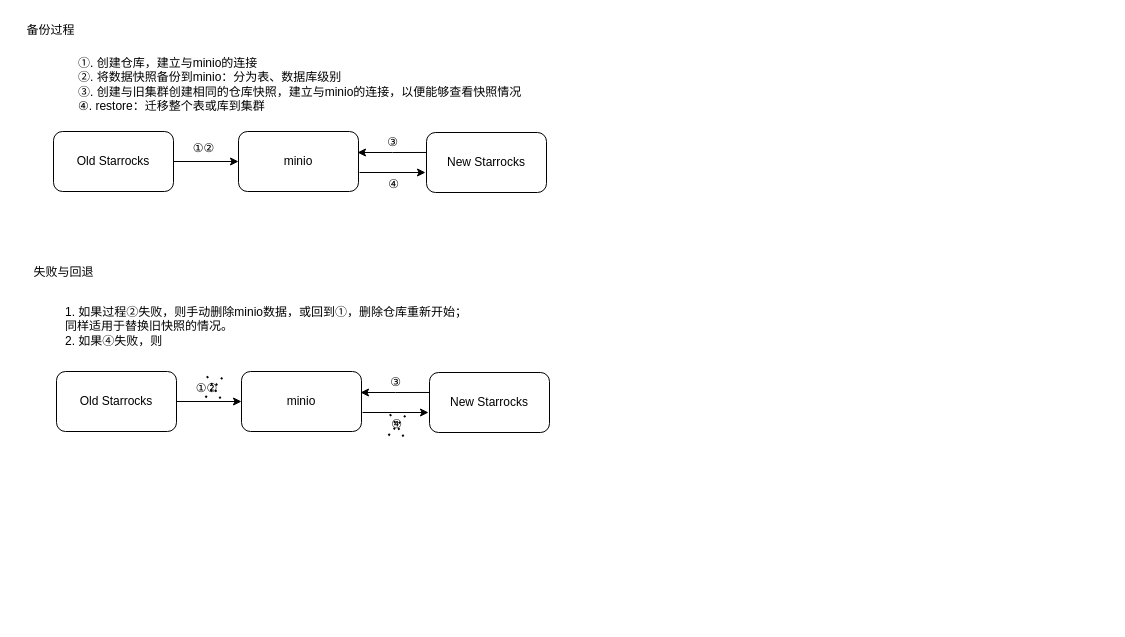
Before: Starrocks数据迁移到新集群.drawio in david-gao1/diagrams, a draw.io diagram. Source tidied: cells renumbered, new cells numbered last; positions are measured from the earlier drawing's top-left corner, leaving out a move shared by most shapes. Both pictures are drawn from the tidied source at 100%, with x=0, y=0 at pixel (17, 17).
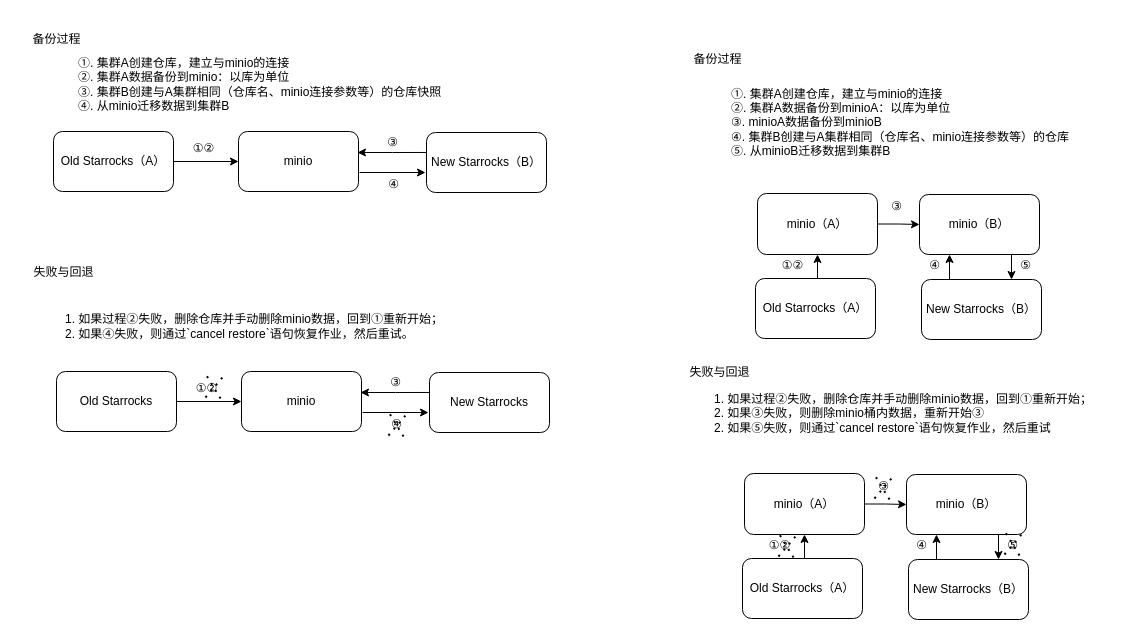
After the change.

Commit message:
更新Starrocks数据迁移到新集群.drawio

Change to the diagram source:
```diff
@@
-    <mxCell id="3" value="Old Starrocks" style="rounded=1;whiteSpace=wrap;html=1;" parent="1" vertex="1">
+    <mxCell id="3" value="Old Starrocks（A）" style="rounded=1;whiteSpace=wrap;html=1;" parent="1" vertex="1">
       <mxGeometry x="36" y="114" width="120" height="60" as="geometry" />
     </mxCell>
@@
-    <mxCell id="5" value="New Starrocks" style="rounded=1;whiteSpace=wrap;html=1;" parent="1" vertex="1">
+    <mxCell id="5" value="New Starrocks（B）" style="rounded=1;whiteSpace=wrap;html=1;" parent="1" vertex="1">
       <mxGeometry x="409" y="115" width="120" height="60" as="geometry" />
     </mxCell>
@@
-    <mxCell id="7" value="①. 创建仓库，建立与minio的连接&lt;br&gt;②. 将数据快照备份到minio：分为表、数据库级别&lt;br&gt;③. 创建与旧集群创建相同的仓库快照，建立与minio的连接，以便能够查看快照情况&lt;br style=&quot;border-color: var(--border-color);&quot;&gt;④. restore：迁移整个表或库到集群" style="text;html=1;align=left;verticalAlign=middle;strokeColor=none;fillColor=none;" parent="1" vertex="1">
-      <mxGeometry x="59" y="32" width="461" height="70" as="geometry" />
+    <mxCell id="7" value="①. 集群A创建仓库，建立与minio的连接&lt;br&gt;②. 集群A数据备份到minio：以库为单位&lt;br&gt;③. 集群B创建与A集群相同（仓库名、minio连接参数等）的仓库快照&lt;br style=&quot;border-color: var(--border-color);&quot;&gt;④. 从minio迁移数据到集群B" style="text;html=1;align=left;verticalAlign=middle;strokeColor=none;fillColor=none;" parent="1" vertex="1">
+      <mxGeometry x="59" y="32" width="381" height="70" as="geometry" />
     </mxCell>
@@
-    <mxCell id="17" value="1. 如果过程②失败，则手动删除minio数据，或回到①，删除仓库重新开始；&lt;br&gt;同样适用于替换旧快照的情况。&lt;br style=&quot;border-color: var(--border-color);&quot;&gt;2. 如果④失败，则" style="text;html=1;align=left;verticalAlign=middle;strokeColor=none;fillColor=none;" parent="1" vertex="1">
-      <mxGeometry x="46" y="281" width="420" height="55" as="geometry" />
+    <mxCell id="17" value="1. 如果过程②失败，删除仓库并手动删除minio数据，回到①重新开始；&lt;br style=&quot;border-color: var(--border-color);&quot;&gt;2. 如果④失败，则通过`cancel restore`语句恢复作业，然后重试。" style="text;html=1;align=left;verticalAlign=middle;strokeColor=none;fillColor=none;" parent="1" vertex="1">
+      <mxGeometry x="46" y="288" width="396" height="41" as="geometry" />
     </mxCell>
@@
     <mxCell id="24" value="备份过程" style="text;html=1;align=center;verticalAlign=middle;strokeColor=none;fillColor=none;" parent="1" vertex="1">
-      <mxGeometry width="66" height="26" as="geometry" />
+      <mxGeometry x="667" y="29" width="66" height="26" as="geometry" />
     </mxCell>
@@
+    <mxCell id="28" style="edgeStyle=orthogonalEdgeStyle;rounded=0;jettySize=auto;html=1;exitX=0.5;exitY=0;exitDx=0;exitDy=0;entryX=0.5;entryY=1;entryDx=0;entryDy=0;" parent="1" edge="1" source="29" target="33">
+      <mxGeometry relative="1" as="geometry" />
+    </mxCell>
+    <mxCell id="29" value="Old Starrocks（A）" style="rounded=1;whiteSpace=wrap;html=1;" parent="1" vertex="1">
+      <mxGeometry x="738" y="261" width="120" height="60" as="geometry" />
+    </mxCell>
+    <mxCell id="30" style="edgeStyle=orthogonalEdgeStyle;rounded=0;jettySize=auto;html=1;exitX=0.25;exitY=0;exitDx=0;exitDy=0;entryX=0.25;entryY=1;entryDx=0;entryDy=0;" parent="1" edge="1" source="31" target="41">
+      <mxGeometry relative="1" as="geometry" />
+    </mxCell>
+    <mxCell id="31" value="New Starrocks（B）" style="rounded=1;whiteSpace=wrap;html=1;" parent="1" vertex="1">
+      <mxGeometry x="904" y="262" width="120" height="60" as="geometry" />
+    </mxCell>
+    <mxCell id="32" style="edgeStyle=orthogonalEdgeStyle;rounded=0;jettySize=auto;html=1;" parent="1" edge="1" source="33" target="41">
+      <mxGeometry relative="1" as="geometry" />
+    </mxCell>
+    <mxCell id="33" value="minio（A）" style="rounded=1;whiteSpace=wrap;html=1;" parent="1" vertex="1">
+      <mxGeometry x="740" y="176" width="120" height="61" as="geometry" />
+    </mxCell>
+    <mxCell id="34" value="①. 集群A创建仓库，建立与minio的连接&lt;br&gt;②. 集群A数据备份到minioA：以库为单位&lt;div&gt;③. minioA数据备份到minioB&lt;br&gt;④. 集群B创建与A集群相同（仓库名、minio连接参数等）的仓库&lt;br style=&quot;border-color: var(--border-color);&quot;&gt;⑤. 从minioB迁移数据到集群B&lt;br&gt;&lt;/div&gt;" style="text;html=1;align=left;verticalAlign=middle;strokeColor=none;fillColor=none;" parent="1" vertex="1">
+      <mxGeometry x="712" y="63" width="357" height="84" as="geometry" />
+    </mxCell>
+    <mxCell id="35" value="①②" style="text;html=1;align=center;verticalAlign=middle;strokeColor=none;fillColor=none;" parent="1" vertex="1">
+      <mxGeometry x="754" y="235" width="42" height="26" as="geometry" />
+    </mxCell>
+    <mxCell id="36" value="③" style="text;html=1;align=center;verticalAlign=middle;strokeColor=none;fillColor=none;" parent="1" vertex="1">
+      <mxGeometry x="864" y="176" width="30" height="26" as="geometry" />
+    </mxCell>
+    <mxCell id="37" value="④" style="text;html=1;align=center;verticalAlign=middle;strokeColor=none;fillColor=none;" parent="1" vertex="1">
+      <mxGeometry x="902" y="235" width="30" height="26" as="geometry" />
+    </mxCell>
+    <mxCell id="38" value="1. 如果过程②失败，删除仓库并手动删除minio数据，回到①重新开始；&lt;br&gt;2. 如果③失败，则删除minio桶内数据，重新开始③&lt;br style=&quot;border-color: var(--border-color);&quot;&gt;2. 如果⑤失败，则通过`cancel restore`语句恢复作业，然后重试" style="text;html=1;align=left;verticalAlign=middle;strokeColor=none;fillColor=none;" parent="1" vertex="1">
+      <mxGeometry x="695" y="368" width="396" height="55" as="geometry" />
+    </mxCell>
+    <mxCell id="39" value="失败与回退" style="text;html=1;align=center;verticalAlign=middle;strokeColor=none;fillColor=none;" parent="1" vertex="1">
+      <mxGeometry x="663" y="342" width="78" height="26" as="geometry" />
+    </mxCell>
+    <mxCell id="40" style="edgeStyle=orthogonalEdgeStyle;rounded=0;jettySize=auto;html=1;exitX=0.75;exitY=1;exitDx=0;exitDy=0;entryX=0.75;entryY=0;entryDx=0;entryDy=0;" parent="1" edge="1" source="41" target="31">
+      <mxGeometry relative="1" as="geometry" />
+    </mxCell>
+    <mxCell id="41" value="minio（B）" style="rounded=1;whiteSpace=wrap;html=1;" parent="1" vertex="1">
+      <mxGeometry x="902" y="177" width="120" height="60" as="geometry" />
+    </mxCell>
+    <mxCell id="42" value="⑤" style="text;html=1;align=center;verticalAlign=middle;strokeColor=none;fillColor=none;" parent="1" vertex="1">
+      <mxGeometry x="993" y="235" width="30" height="26" as="geometry" />
+    </mxCell>
+    <mxCell id="43" style="edgeStyle=orthogonalEdgeStyle;rounded=0;jettySize=auto;html=1;exitX=0.5;exitY=0;exitDx=0;exitDy=0;entryX=0.5;entryY=1;entryDx=0;entryDy=0;" parent="1" edge="1" source="44" target="48">
+      <mxGeometry relative="1" as="geometry" />
+    </mxCell>
+    <mxCell id="44" value="Old Starrocks（A）" style="rounded=1;whiteSpace=wrap;html=1;" parent="1" vertex="1">
+      <mxGeometry x="725" y="541" width="120" height="60" as="geometry" />
+    </mxCell>
+    <mxCell id="45" style="edgeStyle=orthogonalEdgeStyle;rounded=0;jettySize=auto;html=1;exitX=0.25;exitY=0;exitDx=0;exitDy=0;entryX=0.25;entryY=1;entryDx=0;entryDy=0;" parent="1" edge="1" source="46" target="53">
+      <mxGeometry relative="1" as="geometry" />
+    </mxCell>
+    <mxCell id="46" value="New Starrocks（B）" style="rounded=1;whiteSpace=wrap;html=1;" parent="1" vertex="1">
+      <mxGeometry x="891" y="542" width="120" height="60" as="geometry" />
+    </mxCell>
+    <mxCell id="47" style="edgeStyle=orthogonalEdgeStyle;rounded=0;jettySize=auto;html=1;" parent="1" edge="1" source="48" target="53">
+      <mxGeometry relative="1" as="geometry" />
+    </mxCell>
+    <mxCell id="48" value="minio（A）" style="rounded=1;whiteSpace=wrap;html=1;" parent="1" vertex="1">
+      <mxGeometry x="727" y="456" width="120" height="61" as="geometry" />
+    </mxCell>
+    <mxCell id="49" value="①②" style="text;html=1;align=center;verticalAlign=middle;strokeColor=none;fillColor=none;" parent="1" vertex="1">
+      <mxGeometry x="741" y="515" width="42" height="26" as="geometry" />
+    </mxCell>
+    <mxCell id="50" value="③" style="text;html=1;align=center;verticalAlign=middle;strokeColor=none;fillColor=none;" parent="1" vertex="1">
+      <mxGeometry x="851" y="456" width="30" height="26" as="geometry" />
+    </mxCell>
+    <mxCell id="51" value="④" style="text;html=1;align=center;verticalAlign=middle;strokeColor=none;fillColor=none;" parent="1" vertex="1">
+      <mxGeometry x="889" y="515" width="30" height="26" as="geometry" />
+    </mxCell>
+    <mxCell id="52" style="edgeStyle=orthogonalEdgeStyle;rounded=0;jettySize=auto;html=1;exitX=0.75;exitY=1;exitDx=0;exitDy=0;entryX=0.75;entryY=0;entryDx=0;entryDy=0;" parent="1" edge="1" source="53" target="46">
+      <mxGeometry relative="1" as="geometry" />
+    </mxCell>
+    <mxCell id="53" value="minio（B）" style="rounded=1;whiteSpace=wrap;html=1;" parent="1" vertex="1">
+      <mxGeometry x="889" y="457" width="120" height="60" as="geometry" />
+    </mxCell>
+    <mxCell id="54" value="⑤" style="text;html=1;align=center;verticalAlign=middle;strokeColor=none;fillColor=none;" parent="1" vertex="1">
+      <mxGeometry x="980" y="515" width="30" height="26" as="geometry" />
+    </mxCell>
+    <mxCell id="55" style="endArrow=none;dashed=1;html=1;dashPattern=1 3;strokeWidth=2;rounded=0;entryX=0.888;entryY=0.06;entryDx=0;entryDy=0;entryPerimeter=0;" parent="1" edge="1">
+      <mxGeometry relative="1" as="geometry">
+        <mxPoint x="761" y="539" as="sourcePoint" />
+        <mxPoint x="778" y="519" as="targetPoint" />
+      </mxGeometry>
+    </mxCell>
+    <mxCell id="56" style="endArrow=none;dashed=1;html=1;dashPattern=1 3;strokeWidth=2;rounded=0;" parent="1" edge="1">
+      <mxGeometry relative="1" as="geometry">
+        <mxPoint x="776" y="540" as="sourcePoint" />
+        <mxPoint x="762" y="517" as="targetPoint" />
+      </mxGeometry>
+    </mxCell>
+    <mxCell id="57" style="endArrow=none;dashed=1;html=1;dashPattern=1 3;strokeWidth=2;rounded=0;entryX=0.888;entryY=0.06;entryDx=0;entryDy=0;entryPerimeter=0;" parent="1" edge="1">
+      <mxGeometry relative="1" as="geometry">
+        <mxPoint x="857" y="481" as="sourcePoint" />
+        <mxPoint x="874" y="461" as="targetPoint" />
+      </mxGeometry>
+    </mxCell>
+    <mxCell id="58" style="endArrow=none;dashed=1;html=1;dashPattern=1 3;strokeWidth=2;rounded=0;" parent="1" edge="1">
+      <mxGeometry relative="1" as="geometry">
+        <mxPoint x="872" y="482" as="sourcePoint" />
+        <mxPoint x="858" y="459" as="targetPoint" />
+      </mxGeometry>
+    </mxCell>
+    <mxCell id="59" style="endArrow=none;dashed=1;html=1;dashPattern=1 3;strokeWidth=2;rounded=0;entryX=0.888;entryY=0.06;entryDx=0;entryDy=0;entryPerimeter=0;" parent="1" edge="1">
+      <mxGeometry relative="1" as="geometry">
+        <mxPoint x="987" y="537" as="sourcePoint" />
+        <mxPoint x="1004" y="517" as="targetPoint" />
+      </mxGeometry>
+    </mxCell>
+    <mxCell id="60" style="endArrow=none;dashed=1;html=1;dashPattern=1 3;strokeWidth=2;rounded=0;" parent="1" edge="1">
+      <mxGeometry relative="1" as="geometry">
+        <mxPoint x="1002" y="538" as="sourcePoint" />
+        <mxPoint x="988" y="515" as="targetPoint" />
+      </mxGeometry>
+    </mxCell>
+    <mxCell id="61" value="备份过程" style="text;html=1;align=center;verticalAlign=middle;strokeColor=none;fillColor=none;" parent="1" vertex="1">
+      <mxGeometry x="6" y="9" width="66" height="26" as="geometry" />
+    </mxCell>
```
